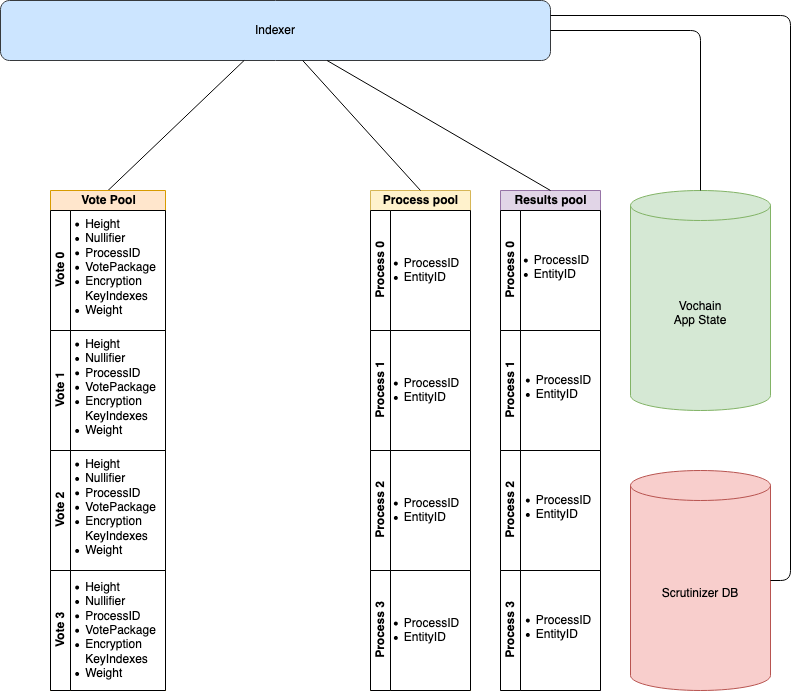
vocdoni/design keeps this draw.io diagram as docs/indexer-comp.png. Above is the earlier version. Source tidied: cells renumbered, new cells last; positions are measured from the earlier drawing's top-left corner, leaving out a move shared by most shapes.
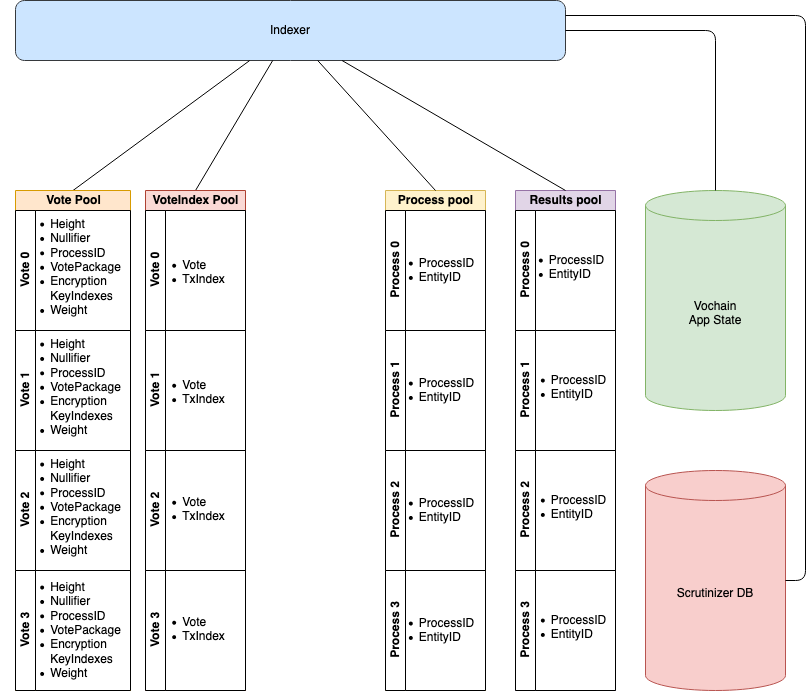
Later version of the same file.

What changed in the source:
```diff
@@ -85,7 +85,7 @@
       </mxGeometry>
     </mxCell>
     <mxCell id="28" value="Vote Pool" style="swimlane;html=1;horizontal=1;startSize=20;fillColor=#ffe6cc;strokeColor=#d79b00;" parent="1" vertex="1">
-      <mxGeometry x="50" y="190" width="115" height="500" as="geometry" />
+      <mxGeometry y="190" width="115" height="500" as="geometry" />
     </mxCell>
     <mxCell id="29" value="Vote 0" style="swimlane;html=1;startSize=20;horizontal=0;" parent="28" vertex="1">
       <mxGeometry y="20" width="115" height="120" as="geometry" />
@@ -111,5 +111,35 @@
     <mxCell id="36" value="&lt;div align=&quot;justify&quot;&gt;&lt;ul&gt;&lt;li&gt;Height&lt;/li&gt;&lt;li&gt;Nullifier&lt;/li&gt;&lt;li&gt;ProcessID&lt;/li&gt;&lt;li&gt;VotePackage&lt;/li&gt;&lt;li&gt;Encryption &lt;br&gt;KeyIndexes&lt;/li&gt;&lt;li&gt;Weight&lt;/li&gt;&lt;/ul&gt;&lt;/div&gt;" style="text;html=1;align=center;verticalAlign=middle;" parent="35" vertex="1">
       <mxGeometry x="-15" y="-5" width="130" height="130" as="geometry" />
     </mxCell>
+    <mxCell id="37" style="rounded=0;jettySize=auto;html=1;exitX=0.5;exitY=0;exitDx=0;exitDy=0;endArrow=none;endFill=0;" parent="1" edge="1" source="38" target="22">
+      <mxGeometry relative="1" as="geometry" />
+    </mxCell>
+    <mxCell id="38" value="VoteIndex Pool" style="swimlane;html=1;horizontal=1;startSize=20;fillColor=#fad9d5;strokeColor=#ae4132;" parent="1" vertex="1">
+      <mxGeometry x="130" y="190" width="100" height="500" as="geometry" />
+    </mxCell>
+    <mxCell id="39" value="Vote 0" style="swimlane;html=1;startSize=20;horizontal=0;" parent="38" vertex="1">
+      <mxGeometry y="20" width="100" height="120" as="geometry" />
+    </mxCell>
+    <mxCell id="40" value="&lt;div align=&quot;justify&quot;&gt;&lt;br&gt;&lt;/div&gt;&lt;div align=&quot;justify&quot;&gt;&lt;ul&gt;&lt;li&gt;Vote&lt;/li&gt;&lt;li&gt;&lt;div&gt;TxIndex&lt;br&gt;&lt;/div&gt;&lt;/li&gt;&lt;/ul&gt;&lt;/div&gt;" style="text;html=1;align=center;verticalAlign=middle;" parent="39" vertex="1">
+      <mxGeometry x="-12" y="20" width="100" height="70" as="geometry" />
+    </mxCell>
+    <mxCell id="41" value="Vote 1" style="swimlane;html=1;startSize=20;horizontal=0;" parent="38" vertex="1">
+      <mxGeometry y="140" width="100" height="120" as="geometry" />
+    </mxCell>
+    <mxCell id="42" value="&lt;div align=&quot;justify&quot;&gt;&lt;br&gt;&lt;/div&gt;&lt;div align=&quot;justify&quot;&gt;&lt;ul&gt;&lt;li&gt;Vote&lt;/li&gt;&lt;li&gt;&lt;div&gt;TxIndex&lt;br&gt;&lt;/div&gt;&lt;/li&gt;&lt;/ul&gt;&lt;/div&gt;" style="text;html=1;align=center;verticalAlign=middle;" parent="41" vertex="1">
+      <mxGeometry x="-12" y="20" width="100" height="70" as="geometry" />
+    </mxCell>
+    <mxCell id="43" value="Vote 2" style="swimlane;html=1;startSize=20;horizontal=0;" parent="38" vertex="1">
+      <mxGeometry y="260" width="100" height="120" as="geometry" />
+    </mxCell>
+    <mxCell id="44" value="&lt;div align=&quot;justify&quot;&gt;&lt;br&gt;&lt;/div&gt;&lt;div align=&quot;justify&quot;&gt;&lt;ul&gt;&lt;li&gt;Vote&lt;/li&gt;&lt;li&gt;&lt;div&gt;TxIndex&lt;br&gt;&lt;/div&gt;&lt;/li&gt;&lt;/ul&gt;&lt;/div&gt;" style="text;html=1;align=center;verticalAlign=middle;" parent="43" vertex="1">
+      <mxGeometry x="-12" y="17" width="100" height="70" as="geometry" />
+    </mxCell>
+    <mxCell id="45" value="Vote 3" style="swimlane;html=1;startSize=20;horizontal=0;" parent="38" vertex="1">
+      <mxGeometry y="380" width="100" height="120" as="geometry" />
+    </mxCell>
+    <mxCell id="46" value="&lt;div align=&quot;justify&quot;&gt;&lt;br&gt;&lt;/div&gt;&lt;div align=&quot;justify&quot;&gt;&lt;ul&gt;&lt;li&gt;Vote&lt;/li&gt;&lt;li&gt;&lt;div&gt;TxIndex&lt;br&gt;&lt;/div&gt;&lt;/li&gt;&lt;/ul&gt;&lt;/div&gt;" style="text;html=1;align=center;verticalAlign=middle;" parent="45" vertex="1">
+      <mxGeometry x="-12" y="17" width="100" height="70" as="geometry" />
+    </mxCell>
   </root>
 </mxGraphModel>
```
